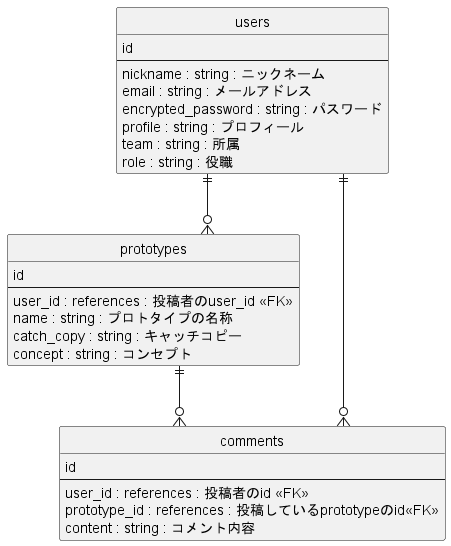
The PlantUML diagram ER.png in sugitaku222719/protospace-181-technologypartners, before a commit. Source of this version:
```plantuml
@startuml furima
hide circle

skinparam linetype ortho

entity "prototypes" as prototypes {
  id
  --
  user_id : references : 投稿者のuser_id <<FK>>
  name : string : プロトタイプの名称
  catch_copy : string : キャッチコピー
  concept : string : コンセプト
}

entity "users" as users {
  id
  --
  nickname : string : ニックネーム
  email : string : メールアドレス
  encrypted_password : string : パスワード
  profile : string : プロフィール
  team : string : 所属
  role : string : 役職
}

entity "comments" as comments {
  id
  --
  user_id : references : 投稿者のid <<FK>>
  prototype_id : references : 投稿しているprototypeのid<<FK>>
  content : string : コメント内容
}


users ||--o{ prototypes
users ||--o{ comments
prototypes ||--o{ comments

@enduml
```
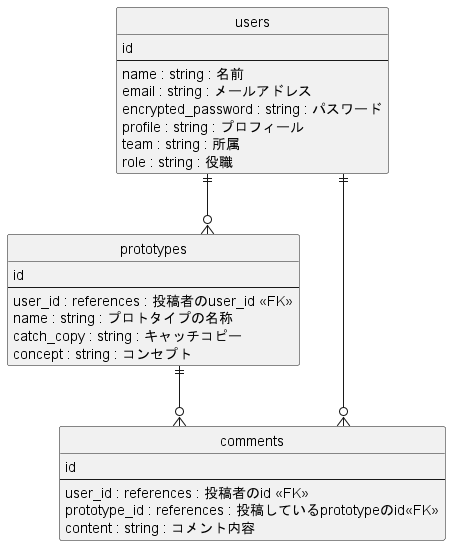
The same diagram one commit later.

Commit message:
ER図の書き換え(nickname→name)

Change to the diagram source:
```diff
@@ -1,4 +1,4 @@
-@startuml furima
+@startuml protospace181
 hide circle
 
 skinparam linetype ortho
@@ -15,7 +15,7 @@
 entity "users" as users {
   id
   --
-  nickname : string : ニックネーム
+  name : string : 名前
   email : string : メールアドレス
   encrypted_password : string : パスワード
   profile : string : プロフィール
```
